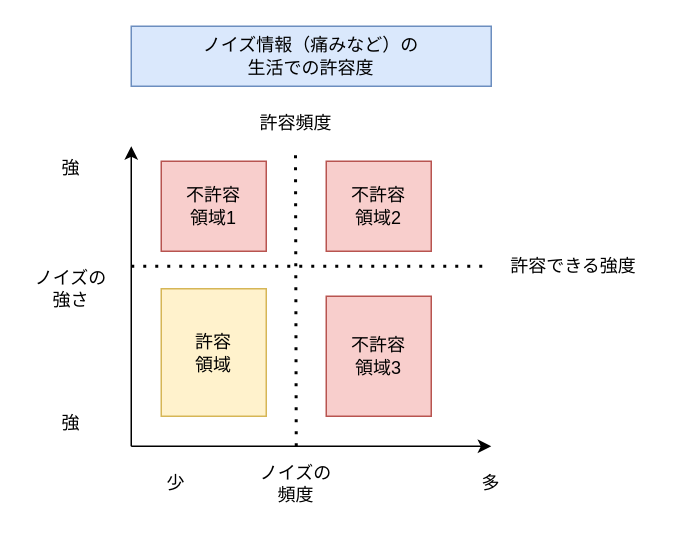
This is 20250426_noise.drawio from YossyIto/booklog_drowio, a draw.io file, before an edit. Source tidied: cells renumbered, new cells numbered last; positions are measured from the earlier drawing's top-left corner, leaving out a move shared by most shapes. Both pictures are drawn from the tidied source at 150%, with x=0, y=0 at pixel (26, 26).
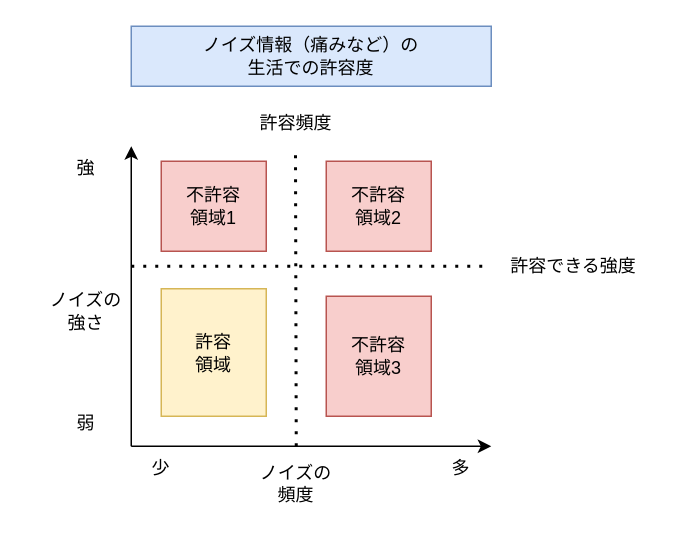
After the change.

Commit message:
20250426_noise.drawio を更新します

Diff of the diagram source:
```diff
@@
     <mxCell id="5" value="強" style="text;html=1;align=center;verticalAlign=middle;whiteSpace=wrap;rounded=0;" parent="1" vertex="1">
-      <mxGeometry y="80" width="60" height="30" as="geometry" />
+      <mxGeometry x="20" y="80" width="40" height="30" as="geometry" />
     </mxCell>
-    <mxCell id="6" value="強" style="text;html=1;align=center;verticalAlign=middle;whiteSpace=wrap;rounded=0;" parent="1" vertex="1">
-      <mxGeometry y="250" width="60" height="30" as="geometry" />
+    <mxCell id="6" value="弱" style="text;html=1;align=center;verticalAlign=middle;whiteSpace=wrap;rounded=0;" parent="1" vertex="1">
+      <mxGeometry x="20" y="250" width="40" height="30" as="geometry" />
     </mxCell>
     <mxCell id="7" value="ノイズの強さ" style="text;html=1;align=center;verticalAlign=middle;whiteSpace=wrap;rounded=0;" parent="1" vertex="1">
-      <mxGeometry y="160" width="60" height="30" as="geometry" />
+      <mxGeometry x="10" y="175" width="60" height="30" as="geometry" />
     </mxCell>
@@
     <mxCell id="12" value="多" style="text;html=1;align=center;verticalAlign=middle;whiteSpace=wrap;rounded=0;" parent="1" vertex="1">
-      <mxGeometry x="280" y="290" width="60" height="30" as="geometry" />
+      <mxGeometry x="270" y="280" width="40" height="30" as="geometry" />
     </mxCell>
     <mxCell id="13" value="少" style="text;html=1;align=center;verticalAlign=middle;whiteSpace=wrap;rounded=0;" parent="1" vertex="1">
-      <mxGeometry x="70" y="290" width="60" height="30" as="geometry" />
+      <mxGeometry x="70" y="280" width="40" height="30" as="geometry" />
     </mxCell>
```
